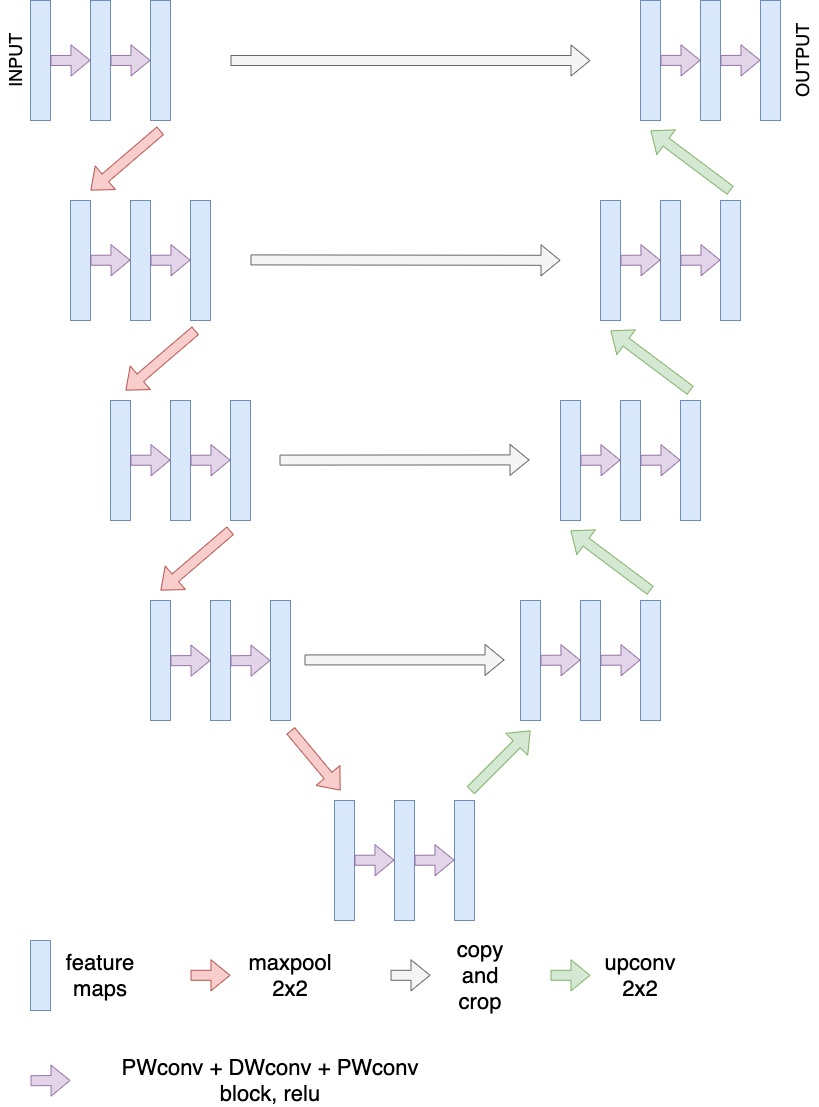
Before: mobileUNET.png, a diagram exported from draw.io (YuXia1992/MobileUNET). Source tidied: cells renumbered, new cells last; positions are measured from the earlier drawing's top-left corner, leaving out a move shared by most shapes.
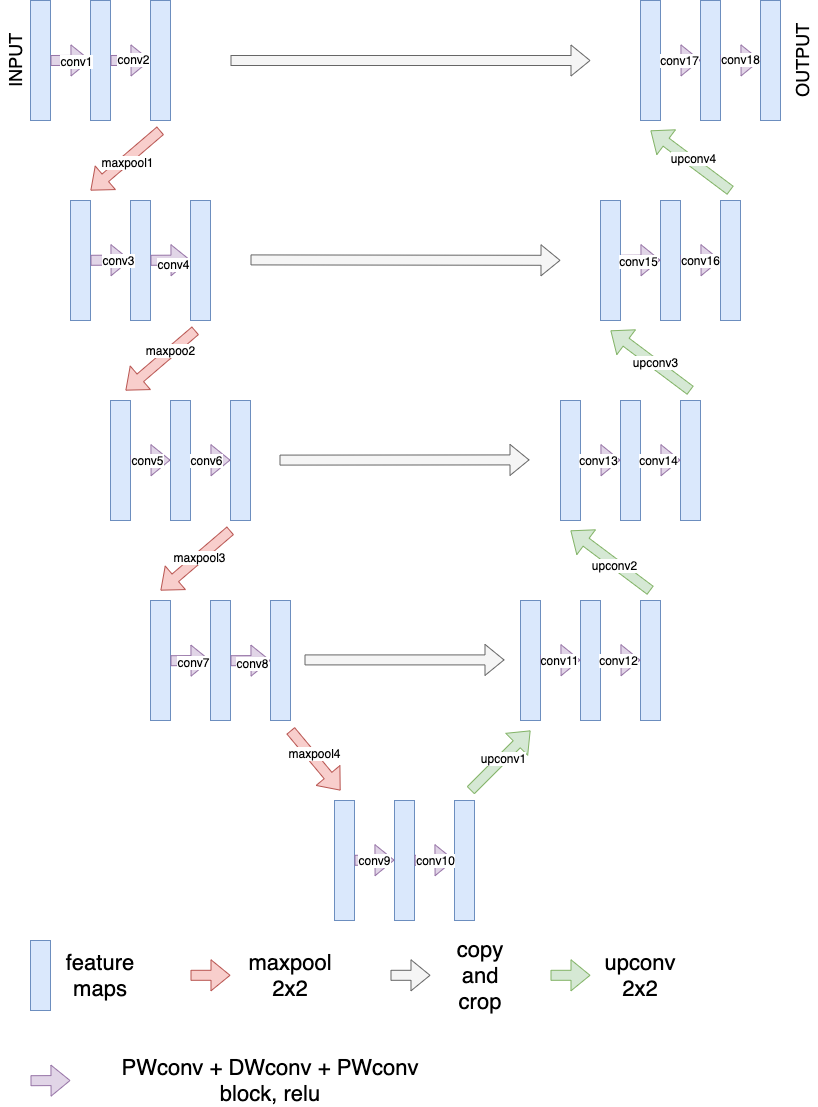
Above is the later version.

What changed in the source:
```diff
@@ -20,12 +20,22 @@
         <mxPoint x="60" y="59.6" as="targetPoint" />
       </mxGeometry>
     </mxCell>
+    <mxCell id="81" value="conv11" style="edgeLabel;html=1;align=center;verticalAlign=middle;" parent="6" vertex="1">
+      <mxGeometry x="-0.09" relative="1" as="geometry">
+        <mxPoint x="1" as="offset" />
+      </mxGeometry>
+    </mxCell>
     <mxCell id="7" style="shape=flexArrow;endArrow=classic;html=1;fillColor=#e1d5e7;strokeColor=#9673a6;" parent="2" edge="1">
       <mxGeometry relative="1" as="geometry">
         <mxPoint x="80" y="59.8" as="sourcePoint" />
         <mxPoint x="120" y="59.6" as="targetPoint" />
       </mxGeometry>
     </mxCell>
+    <mxCell id="82" value="conv12" style="edgeLabel;html=1;align=center;verticalAlign=middle;" parent="7" vertex="1">
+      <mxGeometry x="-0.15" relative="1" as="geometry">
+        <mxPoint x="1" as="offset" />
+      </mxGeometry>
+    </mxCell>
     <mxCell id="8" style="group;" parent="1" vertex="1">
       <mxGeometry x="30" width="260" height="720" as="geometry" />
     </mxCell>
@@ -47,12 +57,18 @@
         <mxPoint x="60" y="59.8" as="targetPoint" />
       </mxGeometry>
     </mxCell>
+    <mxCell id="83" value="conv1" style="edgeLabel;html=1;align=center;verticalAlign=middle;" parent="13" vertex="1">
+      <mxGeometry x="0.29" y="-1" relative="1" as="geometry" />
+    </mxCell>
     <mxCell id="14" style="shape=flexArrow;endArrow=classic;html=1;fillColor=#e1d5e7;strokeColor=#9673a6;" parent="9" edge="1">
       <mxGeometry relative="1" as="geometry">
         <mxPoint x="80" y="60" as="sourcePoint" />
         <mxPoint x="120" y="59.8" as="targetPoint" />
       </mxGeometry>
     </mxCell>
+    <mxCell id="84" value="conv2" style="edgeLabel;html=1;align=center;verticalAlign=middle;" parent="14" vertex="1">
+      <mxGeometry x="0.12" y="1" relative="1" as="geometry" />
+    </mxCell>
     <mxCell id="15" style="group;" parent="8" vertex="1">
       <mxGeometry x="40" y="200" width="140" height="120" as="geometry" />
     </mxCell>
@@ -71,12 +87,18 @@
         <mxPoint x="60" y="59.6" as="targetPoint" />
       </mxGeometry>
     </mxCell>
+    <mxCell id="85" value="conv3" style="edgeLabel;html=1;align=center;verticalAlign=middle;" parent="19" vertex="1">
+      <mxGeometry x="0.35" relative="1" as="geometry" />
+    </mxCell>
     <mxCell id="20" style="shape=flexArrow;endArrow=classic;html=1;fillColor=#e1d5e7;strokeColor=#9673a6;" parent="15" edge="1">
       <mxGeometry relative="1" as="geometry">
         <mxPoint x="80" y="59.8" as="sourcePoint" />
         <mxPoint x="120" y="59.6" as="targetPoint" />
       </mxGeometry>
     </mxCell>
+    <mxCell id="86" value="conv4" style="edgeLabel;html=1;align=center;verticalAlign=middle;" parent="20" vertex="1">
+      <mxGeometry x="0.11" y="-4" relative="1" as="geometry" />
+    </mxCell>
     <mxCell id="21" style="group;" parent="8" vertex="1">
       <mxGeometry x="80" y="400" width="140" height="120" as="geometry" />
     </mxCell>
@@ -95,12 +117,18 @@
         <mxPoint x="60" y="59.6" as="targetPoint" />
       </mxGeometry>
     </mxCell>
+    <mxCell id="87" value="conv5" style="edgeLabel;html=1;align=center;verticalAlign=middle;" parent="25" vertex="1">
+      <mxGeometry x="-0.18" relative="1" as="geometry" />
+    </mxCell>
     <mxCell id="26" style="shape=flexArrow;endArrow=classic;html=1;fillColor=#e1d5e7;strokeColor=#9673a6;" parent="21" edge="1">
       <mxGeometry relative="1" as="geometry">
         <mxPoint x="80" y="59.8" as="sourcePoint" />
         <mxPoint x="120" y="59.6" as="targetPoint" />
       </mxGeometry>
     </mxCell>
+    <mxCell id="88" value="conv6" style="edgeLabel;html=1;align=center;verticalAlign=middle;" parent="26" vertex="1">
+      <mxGeometry x="-0.24" relative="1" as="geometry" />
+    </mxCell>
     <mxCell id="27" style="group;" parent="8" vertex="1">
       <mxGeometry x="120" y="600" width="140" height="120" as="geometry" />
     </mxCell>
@@ -119,24 +147,36 @@
         <mxPoint x="60" y="60" as="targetPoint" />
       </mxGeometry>
     </mxCell>
+    <mxCell id="89" value="conv7" style="edgeLabel;html=1;align=center;verticalAlign=middle;" parent="31" vertex="1">
+      <mxGeometry x="0.11" y="-1" relative="1" as="geometry" />
+    </mxCell>
     <mxCell id="32" style="shape=flexArrow;endArrow=classic;html=1;fillColor=#e1d5e7;strokeColor=#9673a6;" parent="27" edge="1">
       <mxGeometry relative="1" as="geometry">
         <mxPoint x="80" y="60.2" as="sourcePoint" />
         <mxPoint x="120" y="60" as="targetPoint" />
       </mxGeometry>
     </mxCell>
+    <mxCell id="90" value="conv8" style="edgeLabel;html=1;align=center;verticalAlign=middle;" parent="32" vertex="1">
+      <mxGeometry x="0.06" y="-2" relative="1" as="geometry" />
+    </mxCell>
     <mxCell id="33" style="shape=flexArrow;endArrow=classic;html=1;fillColor=#f8cecc;strokeColor=#b85450;" parent="8" edge="1">
       <mxGeometry relative="1" as="geometry">
         <mxPoint x="165" y="330" as="sourcePoint" />
         <mxPoint x="95" y="390" as="targetPoint" />
       </mxGeometry>
     </mxCell>
+    <mxCell id="91" value="maxpoo2" style="edgeLabel;html=1;align=center;verticalAlign=middle;" parent="33" vertex="1">
+      <mxGeometry x="-0.32" y="-2" relative="1" as="geometry" />
+    </mxCell>
     <mxCell id="34" style="shape=flexArrow;endArrow=classic;html=1;fillColor=#f8cecc;strokeColor=#b85450;" parent="8" edge="1">
       <mxGeometry relative="1" as="geometry">
         <mxPoint x="200" y="530" as="sourcePoint" />
         <mxPoint x="130" y="590" as="targetPoint" />
       </mxGeometry>
     </mxCell>
+    <mxCell id="92" value="maxpool3" style="edgeLabel;html=1;align=center;verticalAlign=middle;" parent="34" vertex="1">
+      <mxGeometry x="-0.11" y="-1" relative="1" as="geometry" />
+    </mxCell>
     <mxCell id="35" style="shape=flexArrow;endArrow=classic;html=1;fillColor=#f5f5f5;strokeColor=#666666;" parent="8" edge="1">
       <mxGeometry relative="1" as="geometry">
         <mxPoint x="200" y="60" as="sourcePoint" />
@@ -161,12 +201,22 @@
         <mxPoint x="60" y="59.6" as="targetPoint" />
       </mxGeometry>
     </mxCell>
+    <mxCell id="93" value="conv13" style="edgeLabel;html=1;align=center;verticalAlign=middle;" parent="40" vertex="1">
+      <mxGeometry x="-0.15" relative="1" as="geometry">
+        <mxPoint x="1" as="offset" />
+      </mxGeometry>
+    </mxCell>
     <mxCell id="41" style="shape=flexArrow;endArrow=classic;html=1;fillColor=#e1d5e7;strokeColor=#9673a6;" parent="36" edge="1">
       <mxGeometry relative="1" as="geometry">
         <mxPoint x="80" y="59.8" as="sourcePoint" />
         <mxPoint x="120" y="59.6" as="targetPoint" />
       </mxGeometry>
     </mxCell>
+    <mxCell id="94" value="conv14" style="edgeLabel;html=1;align=center;verticalAlign=middle;" parent="41" vertex="1">
+      <mxGeometry x="-0.15" relative="1" as="geometry">
+        <mxPoint x="1" as="offset" />
+      </mxGeometry>
+    </mxCell>
     <mxCell id="42" style="group;" parent="1" vertex="1">
       <mxGeometry x="600" y="200" width="140" height="120" as="geometry" />
     </mxCell>
@@ -185,12 +235,22 @@
         <mxPoint x="60" y="59.6" as="targetPoint" />
       </mxGeometry>
     </mxCell>
+    <mxCell id="95" value="conv15" style="edgeLabel;html=1;align=center;verticalAlign=middle;" parent="46" vertex="1">
+      <mxGeometry x="-0.15" y="-1" relative="1" as="geometry">
+        <mxPoint x="1" as="offset" />
+      </mxGeometry>
+    </mxCell>
     <mxCell id="47" style="shape=flexArrow;endArrow=classic;html=1;fillColor=#e1d5e7;strokeColor=#9673a6;" parent="42" edge="1">
       <mxGeometry relative="1" as="geometry">
         <mxPoint x="80" y="59.8" as="sourcePoint" />
         <mxPoint x="120" y="59.6" as="targetPoint" />
       </mxGeometry>
     </mxCell>
+    <mxCell id="96" value="conv16" style="edgeLabel;html=1;align=center;verticalAlign=middle;" parent="47" vertex="1">
+      <mxGeometry x="-0.03" relative="1" as="geometry">
+        <mxPoint x="1" as="offset" />
+      </mxGeometry>
+    </mxCell>
     <mxCell id="48" style="group;" parent="1" vertex="1">
       <mxGeometry x="640" width="140" height="120" as="geometry" />
     </mxCell>
@@ -209,12 +269,22 @@
         <mxPoint x="60" y="59.8" as="targetPoint" />
       </mxGeometry>
     </mxCell>
+    <mxCell id="97" value="conv17" style="edgeLabel;html=1;align=center;verticalAlign=middle;" parent="52" vertex="1">
+      <mxGeometry x="-0.09" relative="1" as="geometry">
+        <mxPoint x="1" as="offset" />
+      </mxGeometry>
+    </mxCell>
     <mxCell id="53" style="shape=flexArrow;endArrow=classic;html=1;fillColor=#e1d5e7;strokeColor=#9673a6;" parent="48" edge="1">
       <mxGeometry relative="1" as="geometry">
         <mxPoint x="80" y="60" as="sourcePoint" />
         <mxPoint x="120" y="59.8" as="targetPoint" />
       </mxGeometry>
     </mxCell>
+    <mxCell id="98" value="conv18" style="edgeLabel;html=1;align=center;verticalAlign=middle;" parent="53" vertex="1">
+      <mxGeometry x="-0.03" y="1" relative="1" as="geometry">
+        <mxPoint x="1" as="offset" />
+      </mxGeometry>
+    </mxCell>
     <mxCell id="54" style="group;" parent="1" vertex="1">
       <mxGeometry x="334" y="800" width="140" height="120" as="geometry" />
     </mxCell>
@@ -227,7 +297,7 @@
     <mxCell id="57" style="rounded=0;whiteSpace=wrap;html=1;fillColor=#dae8fc;strokeColor=#6c8ebf;" parent="54" vertex="1">
       <mxGeometry width="20" height="120" as="geometry" />
     </mxCell>
-    <mxCell id="58" style="shape=flexArrow;endArrow=classic;html=1;fillColor=#e1d5e7;strokeColor=#9673a6;" parent="54" edge="1">
+    <mxCell id="58" value="conv9" style="shape=flexArrow;endArrow=classic;html=1;fillColor=#e1d5e7;strokeColor=#9673a6;" parent="54" edge="1">
       <mxGeometry relative="1" as="geometry">
         <mxPoint x="20" y="59.8" as="sourcePoint" />
         <mxPoint x="60" y="59.6" as="targetPoint" />
@@ -239,42 +309,71 @@
         <mxPoint x="120" y="59.6" as="targetPoint" />
       </mxGeometry>
     </mxCell>
+    <mxCell id="99" value="conv10" style="edgeLabel;html=1;align=center;verticalAlign=middle;" parent="59" vertex="1">
+      <mxGeometry x="0.03" relative="1" as="geometry">
+        <mxPoint x="-1" as="offset" />
+      </mxGeometry>
+    </mxCell>
     <mxCell id="60" style="shape=flexArrow;endArrow=classic;html=1;fillColor=#f8cecc;strokeColor=#b85450;" parent="1" edge="1">
       <mxGeometry relative="1" as="geometry">
         <mxPoint x="160" y="130" as="sourcePoint" />
         <mxPoint x="90" y="190" as="targetPoint" />
       </mxGeometry>
     </mxCell>
+    <mxCell id="100" value="maxpool1" style="edgeLabel;html=1;align=center;verticalAlign=middle;" parent="60" vertex="1">
+      <mxGeometry x="-0.01" y="2" relative="1" as="geometry" />
+    </mxCell>
     <mxCell id="61" style="shape=flexArrow;endArrow=classic;html=1;fillColor=#f8cecc;strokeColor=#b85450;" parent="1" edge="1">
       <mxGeometry relative="1" as="geometry">
         <mxPoint x="290" y="730" as="sourcePoint" />
         <mxPoint x="340" y="790" as="targetPoint" />
       </mxGeometry>
     </mxCell>
+    <mxCell id="101" value="maxpool4" style="edgeLabel;html=1;align=center;verticalAlign=middle;" parent="61" vertex="1">
+      <mxGeometry x="-0.17" y="4" relative="1" as="geometry">
+        <mxPoint x="-1" as="offset" />
+      </mxGeometry>
+    </mxCell>
     <mxCell id="62" style="shape=flexArrow;endArrow=classic;html=1;fillColor=#d5e8d4;strokeColor=#82b366;" parent="1" edge="1">
       <mxGeometry relative="1" as="geometry">
         <mxPoint x="470" y="790" as="sourcePoint" />
         <mxPoint x="530" y="730" as="targetPoint" />
       </mxGeometry>
     </mxCell>
+    <mxCell id="102" value="upconv1" style="edgeLabel;html=1;align=center;verticalAlign=middle;" parent="62" vertex="1">
+      <mxGeometry x="0.09" relative="1" as="geometry" />
+    </mxCell>
     <mxCell id="63" style="shape=flexArrow;endArrow=classic;html=1;fillColor=#d5e8d4;strokeColor=#82b366;" parent="1" edge="1">
       <mxGeometry relative="1" as="geometry">
         <mxPoint x="650" y="590" as="sourcePoint" />
         <mxPoint x="570" y="530" as="targetPoint" />
       </mxGeometry>
     </mxCell>
+    <mxCell id="103" value="upconv2" style="edgeLabel;html=1;align=center;verticalAlign=middle;" parent="63" vertex="1">
+      <mxGeometry x="-0.11" y="1" relative="1" as="geometry" />
+    </mxCell>
     <mxCell id="64" style="shape=flexArrow;endArrow=classic;html=1;fillColor=#d5e8d4;strokeColor=#82b366;" parent="1" edge="1">
       <mxGeometry relative="1" as="geometry">
         <mxPoint x="690" y="390" as="sourcePoint" />
         <mxPoint x="610" y="330" as="targetPoint" />
       </mxGeometry>
     </mxCell>
+    <mxCell id="104" value="upconv3" style="edgeLabel;html=1;align=center;verticalAlign=middle;" parent="64" vertex="1">
+      <mxGeometry x="-0.07" y="-1" relative="1" as="geometry">
+        <mxPoint x="1" as="offset" />
+      </mxGeometry>
+    </mxCell>
     <mxCell id="65" style="shape=flexArrow;endArrow=classic;html=1;fillColor=#d5e8d4;strokeColor=#82b366;" parent="1" edge="1">
       <mxGeometry relative="1" as="geometry">
         <mxPoint x="730" y="190" as="sourcePoint" />
         <mxPoint x="650" y="130" as="targetPoint" />
       </mxGeometry>
     </mxCell>
+    <mxCell id="105" value="upconv4" style="edgeLabel;html=1;align=center;verticalAlign=middle;" parent="65" vertex="1">
+      <mxGeometry y="-3" relative="1" as="geometry">
+        <mxPoint y="-1" as="offset" />
+      </mxGeometry>
+    </mxCell>
     <mxCell id="66" style="shape=flexArrow;endArrow=classic;html=1;fillColor=#f5f5f5;strokeColor=#666666;" parent="1" edge="1">
       <mxGeometry relative="1" as="geometry">
         <mxPoint x="250" y="259.4" as="sourcePoint" />
```
